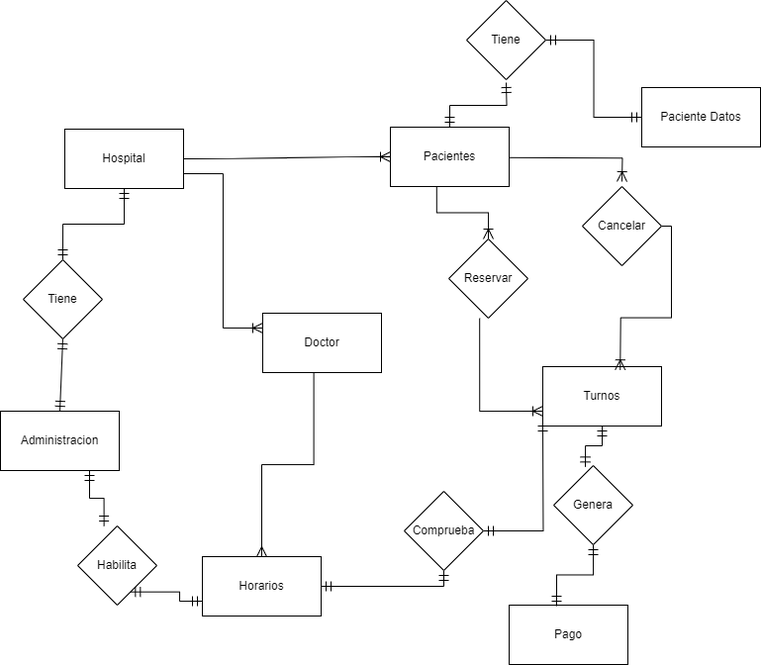
emi33/Segundo-Semestre- keeps this draw.io diagram as Fundamentos de Analisis de Sistemas/Ejercicio4-SP/Modelo DER BB DD/Untitled Diagram.drawio.png. Above is the earlier version. Source tidied: cells renumbered, new cells last; positions are measured from the earlier drawing's top-left corner, leaving out a move shared by most shapes.
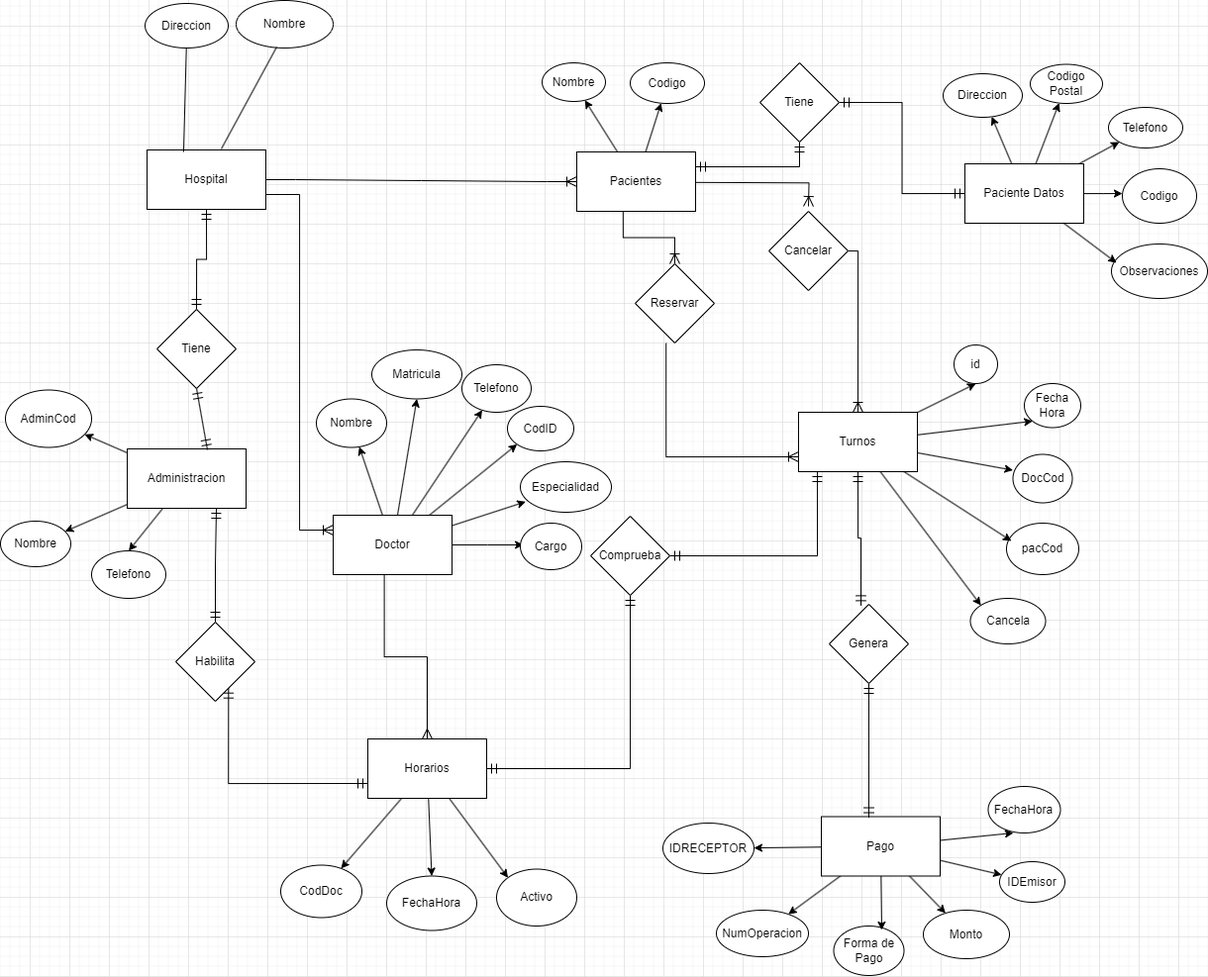
Above is the later version.

The edit, as a diff of the source:
```diff
@@ -3,28 +3,99 @@
     <mxCell id="0" />
     <mxCell id="1" parent="0" />
     <mxCell id="2" value="Hospital" style="rounded=0;whiteSpace=wrap;html=1;" parent="1" vertex="1">
-      <mxGeometry x="65" y="130" width="120" height="60" as="geometry" />
+      <mxGeometry x="-40" y="126" width="120" height="60" as="geometry" />
     </mxCell>
+    <mxCell id="35" style="rounded=0;jettySize=auto;html=1;" parent="1" edge="1" source="3" target="62">
+      <mxGeometry relative="1" as="geometry" />
+    </mxCell>
+    <mxCell id="36" style="rounded=0;jettySize=auto;html=1;entryX=0.5;entryY=1;entryDx=0;entryDy=0;" parent="1" edge="1" source="3" target="63">
+      <mxGeometry relative="1" as="geometry" />
+    </mxCell>
+    <mxCell id="37" style="rounded=0;jettySize=auto;html=1;" parent="1" edge="1" source="3" target="64">
+      <mxGeometry relative="1" as="geometry" />
+    </mxCell>
+    <mxCell id="38" style="rounded=0;jettySize=auto;html=1;entryX=0;entryY=1;entryDx=0;entryDy=0;" parent="1" edge="1" source="3" target="65">
+      <mxGeometry relative="1" as="geometry" />
+    </mxCell>
+    <mxCell id="39" style="edgeStyle=orthogonalEdgeStyle;rounded=0;jettySize=auto;html=1;" parent="1" edge="1" source="3">
+      <mxGeometry relative="1" as="geometry">
+        <mxPoint x="340.1" y="525" as="targetPoint" />
+      </mxGeometry>
+    </mxCell>
     <mxCell id="3" value="Doctor" style="rounded=0;whiteSpace=wrap;html=1;" parent="1" vertex="1">
-      <mxGeometry x="265" y="316" width="120" height="60" as="geometry" />
+      <mxGeometry x="148" y="495" width="120" height="60" as="geometry" />
     </mxCell>
+    <mxCell id="40" style="rounded=0;jettySize=auto;html=1;" parent="1" edge="1" source="4" target="69">
+      <mxGeometry relative="1" as="geometry" />
+    </mxCell>
+    <mxCell id="41" style="rounded=0;jettySize=auto;html=1;" parent="1" edge="1" source="4" target="68">
+      <mxGeometry relative="1" as="geometry" />
+    </mxCell>
     <mxCell id="4" value="Pacientes" style="rounded=0;whiteSpace=wrap;html=1;" parent="1" vertex="1">
       <mxGeometry x="394" y="128" width="120" height="60" as="geometry" />
     </mxCell>
+    <mxCell id="42" style="rounded=0;jettySize=auto;html=1;entryX=0.5;entryY=1;entryDx=0;entryDy=0;" parent="1" edge="1" source="5" target="75">
+      <mxGeometry relative="1" as="geometry" />
+    </mxCell>
+    <mxCell id="43" style="rounded=0;jettySize=auto;html=1;entryX=0;entryY=1;entryDx=0;entryDy=0;" parent="1" edge="1" source="5" target="76">
+      <mxGeometry relative="1" as="geometry" />
+    </mxCell>
+    <mxCell id="44" style="rounded=0;jettySize=auto;html=1;entryX=0;entryY=0;entryDx=0;entryDy=0;" parent="1" edge="1" source="5" target="84">
+      <mxGeometry relative="1" as="geometry" />
+    </mxCell>
     <mxCell id="5" value="Turnos" style="rounded=0;whiteSpace=wrap;html=1;" parent="1" vertex="1">
-      <mxGeometry x="548" y="370" width="120" height="60" as="geometry" />
+      <mxGeometry x="618" y="391" width="120" height="60" as="geometry" />
     </mxCell>
+    <mxCell id="45" style="rounded=0;jettySize=auto;html=1;" parent="1" edge="1" source="6" target="79">
+      <mxGeometry relative="1" as="geometry" />
+    </mxCell>
+    <mxCell id="46" style="rounded=0;jettySize=auto;html=1;entryX=0.5;entryY=0;entryDx=0;entryDy=0;" parent="1" edge="1" source="6" target="59">
+      <mxGeometry relative="1" as="geometry" />
+    </mxCell>
+    <mxCell id="47" style="rounded=0;jettySize=auto;html=1;" parent="1" edge="1" source="6" target="80">
+      <mxGeometry relative="1" as="geometry" />
+    </mxCell>
     <mxCell id="6" value="Administracion" style="rounded=0;whiteSpace=wrap;html=1;" parent="1" vertex="1">
-      <mxGeometry y="415" width="120" height="60" as="geometry" />
+      <mxGeometry x="-60" y="428" width="120" height="60" as="geometry" />
     </mxCell>
+    <mxCell id="48" style="rounded=0;jettySize=auto;html=1;" parent="1" edge="1" source="7" target="88">
+      <mxGeometry relative="1" as="geometry" />
+    </mxCell>
+    <mxCell id="49" style="rounded=0;jettySize=auto;html=1;" parent="1" edge="1" source="7" target="87">
+      <mxGeometry relative="1" as="geometry" />
+    </mxCell>
+    <mxCell id="50" style="rounded=0;jettySize=auto;html=1;" parent="1" edge="1" source="7" target="85">
+      <mxGeometry relative="1" as="geometry" />
+    </mxCell>
+    <mxCell id="51" style="rounded=0;jettySize=auto;html=1;" parent="1" edge="1" source="7" target="89">
+      <mxGeometry relative="1" as="geometry" />
+    </mxCell>
     <mxCell id="7" value="Pago" style="rounded=0;whiteSpace=wrap;html=1;" parent="1" vertex="1">
-      <mxGeometry x="514" y="611" width="120" height="60" as="geometry" />
+      <mxGeometry x="641" y="799.5" width="120" height="60" as="geometry" />
     </mxCell>
+    <mxCell id="52" style="rounded=0;jettySize=auto;html=1;" parent="1" edge="1" source="8" target="70">
+      <mxGeometry relative="1" as="geometry" />
+    </mxCell>
+    <mxCell id="53" style="rounded=0;jettySize=auto;html=1;" parent="1" edge="1" source="8" target="71">
+      <mxGeometry relative="1" as="geometry" />
+    </mxCell>
+    <mxCell id="54" style="rounded=0;jettySize=auto;html=1;" parent="1" edge="1" source="8" target="72">
+      <mxGeometry relative="1" as="geometry" />
+    </mxCell>
     <mxCell id="8" value="Paciente Datos" style="rounded=0;whiteSpace=wrap;html=1;" parent="1" vertex="1">
-      <mxGeometry x="648" y="88" width="120" height="60" as="geometry" />
+      <mxGeometry x="786" y="140" width="120" height="60" as="geometry" />
     </mxCell>
+    <mxCell id="55" style="rounded=0;jettySize=auto;html=1;" parent="1" edge="1" source="9" target="81">
+      <mxGeometry relative="1" as="geometry" />
+    </mxCell>
+    <mxCell id="56" style="rounded=0;jettySize=auto;html=1;entryX=0.5;entryY=0;entryDx=0;entryDy=0;" parent="1" edge="1" source="9" target="82">
+      <mxGeometry relative="1" as="geometry" />
+    </mxCell>
+    <mxCell id="57" style="rounded=0;jettySize=auto;html=1;entryX=0;entryY=0;entryDx=0;entryDy=0;" parent="1" edge="1" source="9" target="83">
+      <mxGeometry relative="1" as="geometry" />
+    </mxCell>
     <mxCell id="9" value="Horarios" style="rounded=0;whiteSpace=wrap;html=1;" parent="1" vertex="1">
-      <mxGeometry x="204" y="562" width="120" height="60" as="geometry" />
+      <mxGeometry x="183" y="721" width="120" height="60" as="geometry" />
     </mxCell>
     <mxCell id="10" style="edgeStyle=none;curved=1;rounded=0;orthogonalLoop=1;jettySize=auto;html=1;exitX=0;exitY=1;exitDx=0;exitDy=0;fontSize=12;startSize=8;endSize=8;" parent="1" edge="1" source="33" target="33">
       <mxGeometry relative="1" as="geometry" />
@@ -38,36 +109,32 @@
     <mxCell id="13" style="edgeStyle=orthogonalEdgeStyle;fontSize=12;html=1;endArrow=ERmandOne;startArrow=ERmandOne;rounded=0;startSize=8;endSize=8;entryX=0;entryY=0.5;entryDx=0;entryDy=0;exitX=1;exitY=0.5;exitDx=0;exitDy=0;" parent="1" edge="1" source="15" target="8">
       <mxGeometry relative="1" as="geometry" />
     </mxCell>
-    <mxCell id="14" style="edgeStyle=orthogonalEdgeStyle;fontSize=12;html=1;endArrow=ERmandOne;startArrow=ERmandOne;rounded=0;startSize=8;endSize=8;exitX=0.5;exitY=0;exitDx=0;exitDy=0;" parent="1" edge="1" source="4">
-      <mxGeometry relative="1" as="geometry">
-        <mxPoint x="511" y="83" as="targetPoint" />
-      </mxGeometry>
+    <mxCell id="14" style="edgeStyle=orthogonalEdgeStyle;fontSize=12;html=1;endArrow=ERmandOne;startArrow=ERmandOne;rounded=0;startSize=8;endSize=8;exitX=1;exitY=0.25;exitDx=0;exitDy=0;entryX=0.5;entryY=1;entryDx=0;entryDy=0;" parent="1" edge="1" source="4" target="15">
+      <mxGeometry relative="1" as="geometry" />
     </mxCell>
     <mxCell id="15" value="Tiene" style="rhombus;whiteSpace=wrap;html=1;" parent="1" vertex="1">
-      <mxGeometry x="471" width="80" height="80" as="geometry" />
+      <mxGeometry x="579" y="38" width="80" height="80" as="geometry" />
     </mxCell>
     <mxCell id="16" style="fontSize=12;html=1;endArrow=ERmandOne;startArrow=ERmandOne;rounded=0;startSize=8;endSize=8;entryX=0.5;entryY=1;entryDx=0;entryDy=0;exitX=0.5;exitY=0;exitDx=0;exitDy=0;edgeStyle=orthogonalEdgeStyle;" parent="1" edge="1" source="18" target="2">
       <mxGeometry relative="1" as="geometry" />
     </mxCell>
-    <mxCell id="17" style="fontSize=12;html=1;endArrow=ERmandOne;startArrow=ERmandOne;rounded=0;startSize=8;endSize=8;entryX=0.5;entryY=1;entryDx=0;entryDy=0;exitX=0.5;exitY=0;exitDx=0;exitDy=0;" parent="1" edge="1" source="6" target="18">
+    <mxCell id="17" style="fontSize=12;html=1;endArrow=ERmandOne;startArrow=ERmandOne;rounded=0;startSize=8;endSize=8;entryX=0.5;entryY=1;entryDx=0;entryDy=0;exitX=0.675;exitY=0.017;exitDx=0;exitDy=0;exitPerimeter=0;" parent="1" edge="1" source="6" target="18">
       <mxGeometry relative="1" as="geometry" />
     </mxCell>
     <mxCell id="18" value="Tiene" style="rhombus;whiteSpace=wrap;html=1;" parent="1" vertex="1">
-      <mxGeometry x="23" y="262" width="80" height="80" as="geometry" />
+      <mxGeometry x="-30" y="287" width="80" height="80" as="geometry" />
     </mxCell>
-    <mxCell id="19" style="edgeStyle=orthogonalEdgeStyle;fontSize=12;html=1;endArrow=ERmandOne;startArrow=ERmandOne;rounded=0;startSize=8;endSize=8;entryX=0.75;entryY=1;entryDx=0;entryDy=0;exitX=0.333;exitY=0;exitDx=0;exitDy=0;exitPerimeter=0;" parent="1" edge="1" source="21" target="6">
+    <mxCell id="19" style="edgeStyle=orthogonalEdgeStyle;fontSize=12;html=1;endArrow=ERmandOne;startArrow=ERmandOne;rounded=0;startSize=8;endSize=8;entryX=0.75;entryY=1;entryDx=0;entryDy=0;exitX=0.5;exitY=0;exitDx=0;exitDy=0;" parent="1" edge="1" source="21" target="6">
       <mxGeometry relative="1" as="geometry" />
     </mxCell>
     <mxCell id="20" style="edgeStyle=orthogonalEdgeStyle;fontSize=12;html=1;endArrow=ERmandOne;startArrow=ERmandOne;rounded=0;startSize=8;endSize=8;entryX=0.75;entryY=1;entryDx=0;entryDy=0;exitX=0;exitY=0.75;exitDx=0;exitDy=0;" parent="1" edge="1" source="9" target="21">
       <mxGeometry relative="1" as="geometry" />
     </mxCell>
     <mxCell id="21" value="Habilita" style="rhombus;whiteSpace=wrap;html=1;" parent="1" vertex="1">
-      <mxGeometry x="78" y="531" width="80" height="80" as="geometry" />
+      <mxGeometry x="-11" y="603" width="80" height="80" as="geometry" />
     </mxCell>
-    <mxCell id="22" style="edgeStyle=orthogonalEdgeStyle;fontSize=12;html=1;endArrow=ERoneToMany;rounded=0;startSize=8;endSize=8;exitX=1;exitY=0.5;exitDx=0;exitDy=0;entryX=0.652;entryY=0.04;entryDx=0;entryDy=0;entryPerimeter=0;" parent="1" edge="1" source="27">
-      <mxGeometry relative="1" as="geometry">
-        <mxPoint x="626.2" y="373.2" as="targetPoint" />
-      </mxGeometry>
+    <mxCell id="22" style="edgeStyle=orthogonalEdgeStyle;fontSize=12;html=1;endArrow=ERoneToMany;rounded=0;startSize=8;endSize=8;exitX=1;exitY=0.5;exitDx=0;exitDy=0;entryX=0.5;entryY=0;entryDx=0;entryDy=0;" parent="1" edge="1" source="27" target="5">
+      <mxGeometry relative="1" as="geometry" />
     </mxCell>
     <mxCell id="23" style="edgeStyle=orthogonalEdgeStyle;fontSize=12;html=1;endArrow=ERoneToMany;rounded=0;startSize=8;endSize=8;exitX=0.39;exitY=1.002;exitDx=0;exitDy=0;exitPerimeter=0;entryX=0;entryY=0.75;entryDx=0;entryDy=0;" parent="1" edge="1" source="25" target="5">
       <mxGeometry relative="1" as="geometry" />
@@ -94,12 +161,10 @@
       <mxGeometry relative="1" as="geometry" />
     </mxCell>
     <mxCell id="30" value="Genera" style="rhombus;whiteSpace=wrap;html=1;" parent="1" vertex="1">
-      <mxGeometry x="559" y="470" width="80" height="80" as="geometry" />
+      <mxGeometry x="649" y="585" width="80" height="80" as="geometry" />
     </mxCell>
-    <mxCell id="31" style="edgeStyle=orthogonalEdgeStyle;fontSize=12;html=1;endArrow=ERmandOne;startArrow=ERmandOne;rounded=0;startSize=8;endSize=8;exitX=1;exitY=0.5;exitDx=0;exitDy=0;entryX=0;entryY=1;entryDx=0;entryDy=0;" parent="1" edge="1" source="33">
-      <mxGeometry relative="1" as="geometry">
-        <mxPoint x="548" y="425" as="targetPoint" />
-      </mxGeometry>
+    <mxCell id="31" style="edgeStyle=orthogonalEdgeStyle;fontSize=12;html=1;endArrow=ERmandOne;startArrow=ERmandOne;rounded=0;startSize=8;endSize=8;exitX=1;exitY=0.5;exitDx=0;exitDy=0;entryX=0.158;entryY=1;entryDx=0;entryDy=0;entryPerimeter=0;" parent="1" edge="1" source="33" target="5">
+      <mxGeometry relative="1" as="geometry" />
     </mxCell>
     <mxCell id="32" style="edgeStyle=orthogonalEdgeStyle;fontSize=12;html=1;endArrow=ERmandOne;startArrow=ERmandOne;rounded=0;startSize=8;endSize=8;exitX=1;exitY=0.5;exitDx=0;exitDy=0;entryX=0.5;entryY=1;entryDx=0;entryDy=0;" parent="1" edge="1" source="9" target="33">
       <mxGeometry relative="1" as="geometry" />
@@ -110,5 +175,130 @@
     <mxCell id="34" style="edgeStyle=orthogonalEdgeStyle;fontSize=12;html=1;endArrow=ERmany;rounded=0;startSize=8;endSize=8;entryX=0.5;entryY=0;entryDx=0;entryDy=0;exitX=0.43;exitY=0.992;exitDx=0;exitDy=0;exitPerimeter=0;" parent="1" edge="1" source="3" target="9">
       <mxGeometry relative="1" as="geometry" />
     </mxCell>
+    <mxCell id="58" value="Direccion" style="ellipse;whiteSpace=wrap;html=1;" parent="1" vertex="1">
+      <mxGeometry x="-42" y="-22" width="84" height="45" as="geometry" />
+    </mxCell>
+    <mxCell id="59" value="Telefono" style="ellipse;whiteSpace=wrap;html=1;" parent="1" vertex="1">
+      <mxGeometry x="-96" y="531" width="75" height="48" as="geometry" />
+    </mxCell>
+    <mxCell id="60" style="endArrow=none;html=1;rounded=0;exitX=0.308;exitY=0.033;exitDx=0;exitDy=0;exitPerimeter=0;" parent="1" edge="1" source="2" target="58">
+      <mxGeometry relative="1" as="geometry" />
+    </mxCell>
+    <mxCell id="61" value="Nombre" style="ellipse;whiteSpace=wrap;html=1;" parent="1" vertex="1">
+      <mxGeometry x="50" y="-25" width="98" height="48" as="geometry" />
+    </mxCell>
+    <mxCell id="62" value="Nombre" style="ellipse;whiteSpace=wrap;html=1;" parent="1" vertex="1">
+      <mxGeometry x="131" y="377.5" width="71" height="49" as="geometry" />
+    </mxCell>
+    <mxCell id="63" value="Matricula" style="ellipse;whiteSpace=wrap;html=1;" parent="1" vertex="1">
+      <mxGeometry x="187" y="328" width="91" height="49.5" as="geometry" />
+    </mxCell>
+    <mxCell id="64" value="Telefono" style="ellipse;whiteSpace=wrap;html=1;" parent="1" vertex="1">
+      <mxGeometry x="278" y="343" width="70" height="48" as="geometry" />
+    </mxCell>
+    <mxCell id="65" value="CodID" style="ellipse;whiteSpace=wrap;html=1;" parent="1" vertex="1">
+      <mxGeometry x="324" y="385" width="67" height="45" as="geometry" />
+    </mxCell>
+    <mxCell id="66" value="Especialidad" style="ellipse;whiteSpace=wrap;html=1;" parent="1" vertex="1">
+      <mxGeometry x="337" y="441" width="92" height="51" as="geometry" />
+    </mxCell>
+    <mxCell id="67" value="Cargo" style="ellipse;whiteSpace=wrap;html=1;" parent="1" vertex="1">
+      <mxGeometry x="337" y="503" width="62" height="47" as="geometry" />
+    </mxCell>
+    <mxCell id="68" value="Nombre" style="ellipse;whiteSpace=wrap;html=1;" parent="1" vertex="1">
+      <mxGeometry x="359" y="38" width="64" height="39" as="geometry" />
+    </mxCell>
+    <mxCell id="69" value="Codigo" style="ellipse;whiteSpace=wrap;html=1;" parent="1" vertex="1">
+      <mxGeometry x="448" y="38" width="75" height="41" as="geometry" />
+    </mxCell>
+    <mxCell id="70" value="Direccion" style="ellipse;whiteSpace=wrap;html=1;" parent="1" vertex="1">
+      <mxGeometry x="764" y="49" width="80" height="44" as="geometry" />
+    </mxCell>
+    <mxCell id="71" value="Codigo Postal" style="ellipse;whiteSpace=wrap;html=1;" parent="1" vertex="1">
+      <mxGeometry x="852" y="39.5" width="73" height="39.5" as="geometry" />
+    </mxCell>
+    <mxCell id="72" value="Telefono" style="ellipse;whiteSpace=wrap;html=1;" parent="1" vertex="1">
+      <mxGeometry x="931" y="83" width="75" height="41" as="geometry" />
+    </mxCell>
+    <mxCell id="73" value="Codigo" style="ellipse;whiteSpace=wrap;html=1;" parent="1" vertex="1">
+      <mxGeometry x="945" y="145" width="75" height="55" as="geometry" />
+    </mxCell>
+    <mxCell id="74" value="Observaciones" style="ellipse;whiteSpace=wrap;html=1;" parent="1" vertex="1">
+      <mxGeometry x="934" y="221" width="97" height="55" as="geometry" />
+    </mxCell>
+    <mxCell id="75" value="id" style="ellipse;whiteSpace=wrap;html=1;" parent="1" vertex="1">
+      <mxGeometry x="775" y="323" width="44" height="39" as="geometry" />
+    </mxCell>
+    <mxCell id="76" value="Fecha Hora" style="ellipse;whiteSpace=wrap;html=1;" parent="1" vertex="1">
+      <mxGeometry x="846" y="362" width="57" height="44.5" as="geometry" />
+    </mxCell>
+    <mxCell id="77" value="DocCod" style="ellipse;whiteSpace=wrap;html=1;" parent="1" vertex="1">
+      <mxGeometry x="834.5" y="433.5" width="60" height="49" as="geometry" />
+    </mxCell>
+    <mxCell id="78" value="pacCod" style="ellipse;whiteSpace=wrap;html=1;" parent="1" vertex="1">
+      <mxGeometry x="828" y="503" width="73" height="52" as="geometry" />
+    </mxCell>
+    <mxCell id="79" value="AdminCod" style="ellipse;whiteSpace=wrap;html=1;" parent="1" vertex="1">
+      <mxGeometry x="-183" y="368.5" width="87" height="58" as="geometry" />
+    </mxCell>
+    <mxCell id="80" value="Nombre" style="ellipse;whiteSpace=wrap;html=1;" parent="1" vertex="1">
+      <mxGeometry x="-188" y="501" width="71" height="46" as="geometry" />
+    </mxCell>
+    <mxCell id="81" value="CodDoc" style="ellipse;whiteSpace=wrap;html=1;" parent="1" vertex="1">
+      <mxGeometry x="95" y="848.5" width="82" height="53" as="geometry" />
+    </mxCell>
+    <mxCell id="82" value="FechaHora" style="ellipse;whiteSpace=wrap;html=1;" parent="1" vertex="1">
+      <mxGeometry x="202" y="859.5" width="91" height="55" as="geometry" />
+    </mxCell>
+    <mxCell id="83" value="Activo" style="ellipse;whiteSpace=wrap;html=1;" parent="1" vertex="1">
+      <mxGeometry x="313" y="852.5" width="81" height="57.5" as="geometry" />
+    </mxCell>
+    <mxCell id="84" value="Cancela" style="ellipse;whiteSpace=wrap;html=1;" parent="1" vertex="1">
+      <mxGeometry x="791.5" y="579" width="76" height="46" as="geometry" />
+    </mxCell>
+    <mxCell id="85" value="NumOperacion" style="ellipse;whiteSpace=wrap;html=1;" parent="1" vertex="1">
+      <mxGeometry x="535" y="894" width="93" height="47" as="geometry" />
+    </mxCell>
+    <mxCell id="86" value="Forma de Pago" style="ellipse;whiteSpace=wrap;html=1;" parent="1" vertex="1">
+      <mxGeometry x="653.5" y="910" width="71" height="50" as="geometry" />
+    </mxCell>
+    <mxCell id="87" value="Monto" style="ellipse;whiteSpace=wrap;html=1;" parent="1" vertex="1">
+      <mxGeometry x="744" y="894" width="87" height="49" as="geometry" />
+    </mxCell>
+    <mxCell id="88" value="IDEmisor" style="ellipse;whiteSpace=wrap;html=1;" parent="1" vertex="1">
+      <mxGeometry x="821" y="845" width="66" height="41" as="geometry" />
+    </mxCell>
+    <mxCell id="89" value="IDRECEPTOR" style="ellipse;whiteSpace=wrap;html=1;" parent="1" vertex="1">
+      <mxGeometry x="481" y="806" width="92" height="51" as="geometry" />
+    </mxCell>
+    <mxCell id="90" value="FechaHora" style="ellipse;whiteSpace=wrap;html=1;" parent="1" vertex="1">
+      <mxGeometry x="809.5" y="769" width="73" height="47" as="geometry" />
+    </mxCell>
+    <mxCell id="91" style="endArrow=none;html=1;rounded=0;entryX=0.418;entryY=0.979;entryDx=0;entryDy=0;entryPerimeter=0;" parent="1" edge="1" target="61">
+      <mxGeometry relative="1" as="geometry">
+        <mxPoint x="35" y="125" as="sourcePoint" />
+      </mxGeometry>
+    </mxCell>
+    <mxCell id="92" style="rounded=0;jettySize=auto;html=1;entryX=0.349;entryY=1;entryDx=0;entryDy=0;entryPerimeter=0;" parent="1" edge="1" source="7" target="90">
+      <mxGeometry relative="1" as="geometry" />
+    </mxCell>
+    <mxCell id="93" style="rounded=0;jettySize=auto;html=1;entryX=0.683;entryY=0.08;entryDx=0;entryDy=0;entryPerimeter=0;" parent="1" edge="1" source="7" target="86">
+      <mxGeometry relative="1" as="geometry" />
+    </mxCell>
+    <mxCell id="94" style="rounded=0;jettySize=auto;html=1;entryX=0;entryY=0.327;entryDx=0;entryDy=0;entryPerimeter=0;" parent="1" edge="1" source="5" target="77">
+      <mxGeometry relative="1" as="geometry" />
+    </mxCell>
+    <mxCell id="95" style="rounded=0;jettySize=auto;html=1;entryX=0.068;entryY=0.346;entryDx=0;entryDy=0;entryPerimeter=0;" parent="1" edge="1" source="5" target="78">
+      <mxGeometry relative="1" as="geometry" />
+    </mxCell>
+    <mxCell id="96" style="rounded=0;jettySize=auto;html=1;entryX=0.052;entryY=0.345;entryDx=0;entryDy=0;entryPerimeter=0;" parent="1" edge="1" source="8" target="74">
+      <mxGeometry relative="1" as="geometry" />
+    </mxCell>
+    <mxCell id="97" style="edgeStyle=orthogonalEdgeStyle;rounded=0;jettySize=auto;html=1;entryX=0;entryY=0.455;entryDx=0;entryDy=0;entryPerimeter=0;" parent="1" edge="1" source="8" target="73">
+      <mxGeometry relative="1" as="geometry" />
+    </mxCell>
+    <mxCell id="98" style="rounded=0;jettySize=auto;html=1;entryX=0.058;entryY=0.792;entryDx=0;entryDy=0;entryPerimeter=0;" parent="1" edge="1" source="3" target="66">
+      <mxGeometry relative="1" as="geometry" />
+    </mxCell>
   </root>
 </mxGraphModel>
```
